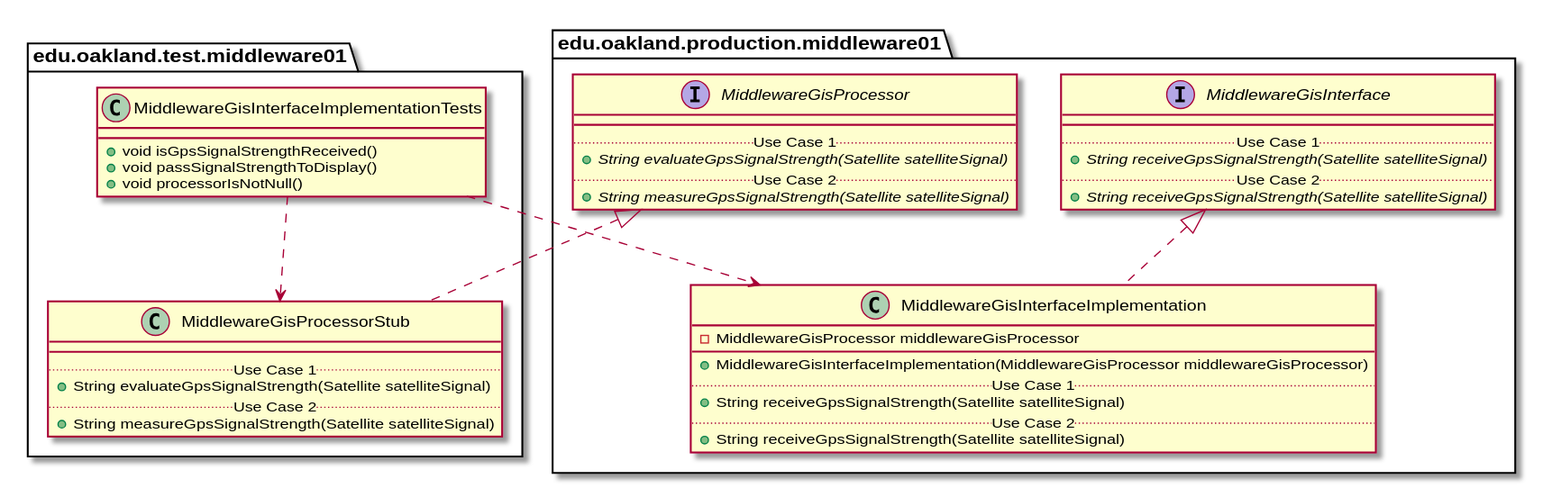
This is docs/uml-class-diagrams/middleware01/test/MiddlewareGisInterfaceImplementationTests/MiddlewareGisInterfaceImplementationTests_Closure.svg from andrewdimmer/csi-3370-software-project, a PlantUML export, as it was before one commit. The source it was exported from:
```plantuml
@startuml MiddlewareGisInterfaceImplementationTests_Closure


package edu.oakland.test.middleware01 {
  class MiddlewareGisInterfaceImplementationTests {
    + void isGpsSignalStrengthReceived()
    + void passSignalStrengthToDisplay()
    + void processorIsNotNull()
  }
}




package edu.oakland.test.middleware01 {
    class MiddlewareGisProcessorStub {
        __
        .. Use Case 1 ..
        + String evaluateGpsSignalStrength(Satellite satelliteSignal)
        .. Use Case 2 ..
        + String measureGpsSignalStrength(Satellite satelliteSignal)
    }
}




package edu.oakland.production.middleware01 {
    interface MiddlewareGisProcessor {
        __
        .. Use Case 1 ..
        {abstract} + String evaluateGpsSignalStrength(Satellite satelliteSignal)
        .. Use Case 2 ..
        {abstract} + String measureGpsSignalStrength(Satellite satelliteSignal)
    }
}






MiddlewareGisProcessorStub .up.|> MiddlewareGisProcessor



MiddlewareGisInterfaceImplementationTests ..> MiddlewareGisProcessorStub



package edu.oakland.production.middleware01 {
    class MiddlewareGisInterfaceImplementation {
        - MiddlewareGisProcessor middlewareGisProcessor
        __
        + MiddlewareGisInterfaceImplementation(MiddlewareGisProcessor middlewareGisProcessor)
        .. Use Case 1 ..
        + String receiveGpsSignalStrength(Satellite satelliteSignal)
        .. Use Case 2 ..
        + String receiveGpsSignalStrength(Satellite satelliteSignal)
    }
}




package edu.oakland.production.middleware01 {
    interface MiddlewareGisInterface {
        __
        .. Use Case 1 ..
        {abstract} + String receiveGpsSignalStrength(Satellite satelliteSignal)
        .. Use Case 2 ..
        {abstract} + String receiveGpsSignalStrength(Satellite satelliteSignal)
    }
}






MiddlewareGisInterfaceImplementation .up.|> MiddlewareGisInterface





MiddlewareGisInterfaceImplementationTests ..> MiddlewareGisInterfaceImplementation



@enduml
```
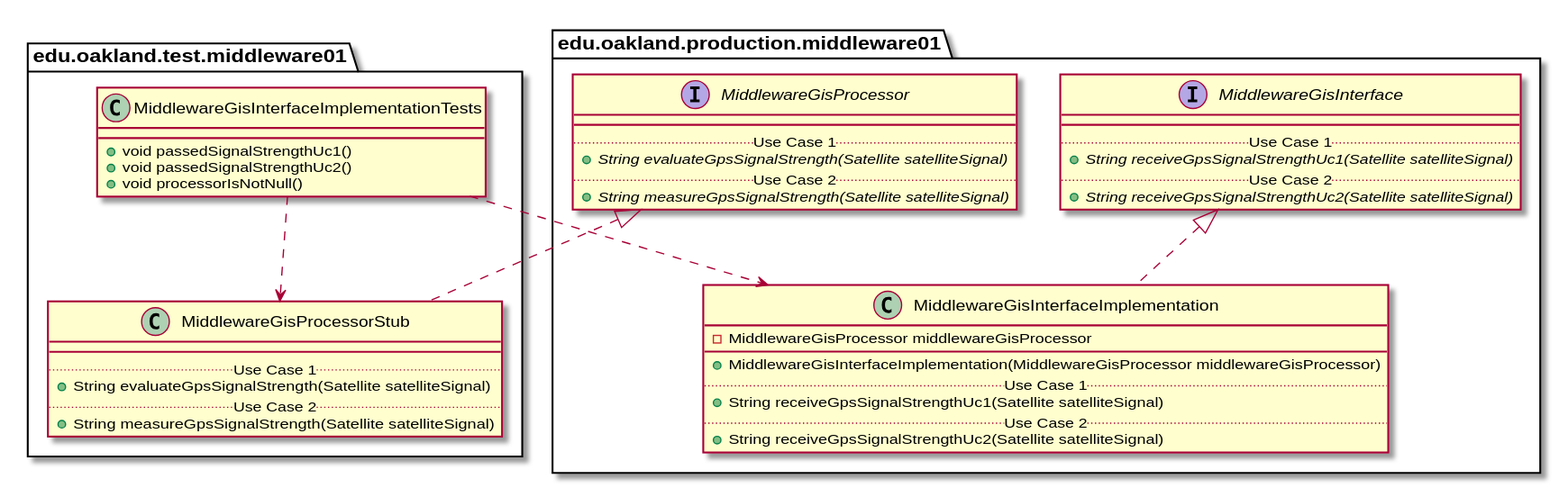
After the change.

What changed in the source:
```diff
@@ -3,8 +3,8 @@
 
 package edu.oakland.test.middleware01 {
   class MiddlewareGisInterfaceImplementationTests {
-    + void isGpsSignalStrengthReceived()
-    + void passSignalStrengthToDisplay()
+    + void passedSignalStrengthUc1()
+    + void passedSignalStrengthUc2()
     + void processorIsNotNull()
   }
 }
@@ -54,9 +54,9 @@
         __
         + MiddlewareGisInterfaceImplementation(MiddlewareGisProcessor middlewareGisProcessor)
         .. Use Case 1 ..
-        + String receiveGpsSignalStrength(Satellite satelliteSignal)
+        + String receiveGpsSignalStrengthUc1(Satellite satelliteSignal)
         .. Use Case 2 ..
-        + String receiveGpsSignalStrength(Satellite satelliteSignal)
+        + String receiveGpsSignalStrengthUc2(Satellite satelliteSignal)
     }
 }
 
@@ -67,9 +67,9 @@
     interface MiddlewareGisInterface {
         __
         .. Use Case 1 ..
-        {abstract} + String receiveGpsSignalStrength(Satellite satelliteSignal)
+        {abstract} + String receiveGpsSignalStrengthUc1(Satellite satelliteSignal)
         .. Use Case 2 ..
-        {abstract} + String receiveGpsSignalStrength(Satellite satelliteSignal)
+        {abstract} + String receiveGpsSignalStrengthUc2(Satellite satelliteSignal)
     }
 }
 
```
